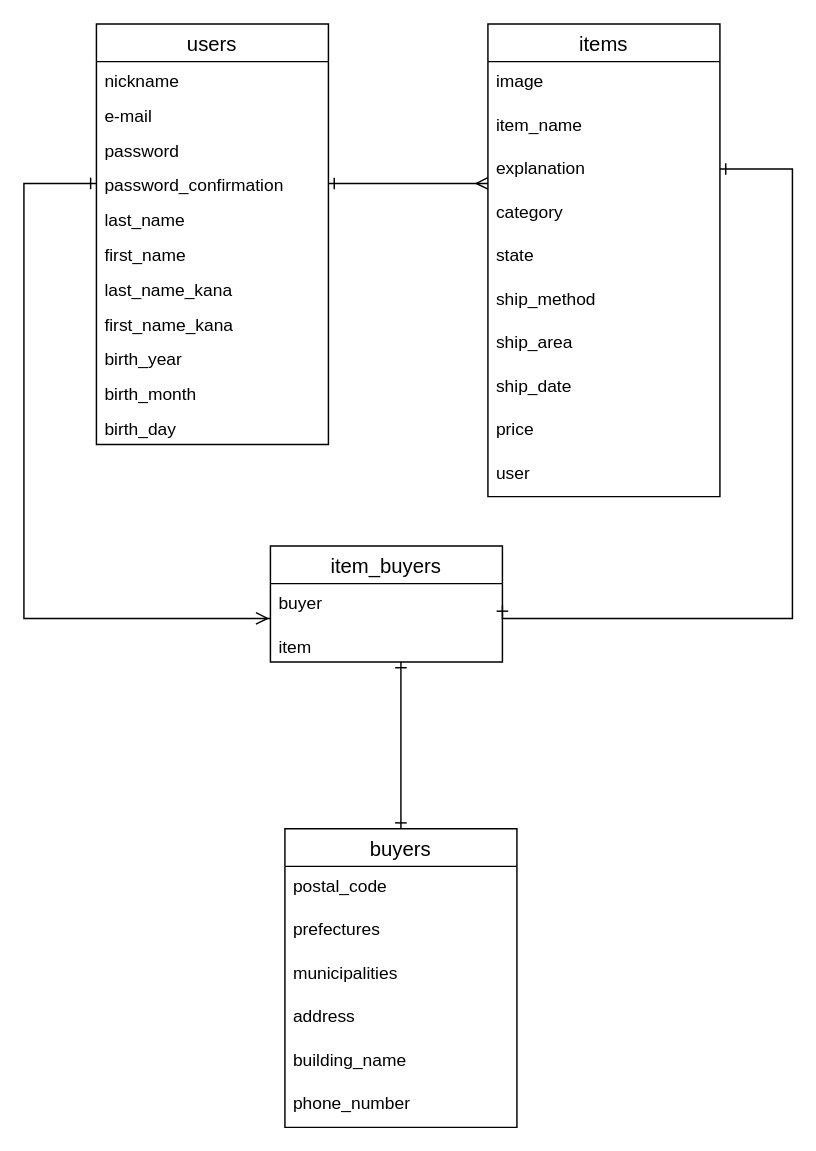
The draw.io diagram ER.dio in yumi-jpn/furima-33535, before the edit. Source tidied: cells renumbered, new cells numbered last; positions are measured from the earlier drawing's top-left corner, leaving out a move shared by most shapes. Both pictures are drawn from the tidied source at 145%, with x=0, y=0 at pixel (23, 23).
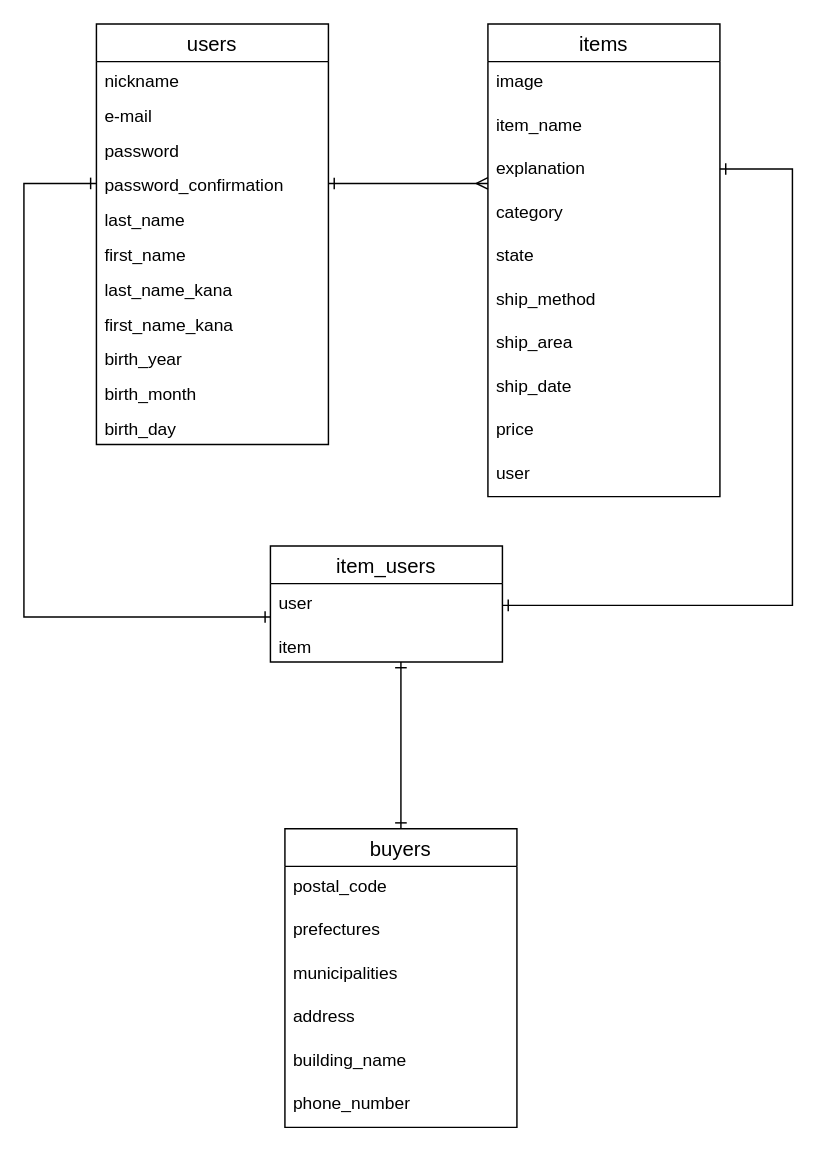
After the change.

The change refers to these unchanged cells:
```xml
<mxCell id="6" value="password_confirmation" style="text;strokeColor=none;fillColor=none;spacingLeft=4;spacingRight=4;overflow=hidden;points=[[0,0.5],[1,0.5]];portConstraint=eastwest;fontSize=12;" parent="2" vertex="1">
  <mxGeometry y="98" width="160" height="24" as="geometry" />
</mxCell>
```

Change to the diagram source:
```diff
@@
-    <mxCell id="14" value="item_buyers" style="swimlane;fontStyle=0;horizontal=1;startSize=26;align=center;fontSize=14;" parent="1" vertex="1">
+    <mxCell id="14" value="item_users" style="swimlane;fontStyle=0;horizontal=1;startSize=26;align=center;fontSize=14;" parent="1" vertex="1">
       <mxGeometry x="170" y="360" width="160" height="80" as="geometry" />
     </mxCell>
-    <mxCell id="15" value="buyer" style="text;strokeColor=none;fillColor=none;spacingLeft=4;spacingRight=4;overflow=hidden;points=[[0,0.5],[1,0.5]];portConstraint=eastwest;fontSize=12;" parent="14" vertex="1">
+    <mxCell id="15" value="user" style="text;strokeColor=none;fillColor=none;spacingLeft=4;spacingRight=4;overflow=hidden;points=[[0,0.5],[1,0.5]];portConstraint=eastwest;fontSize=12;" parent="14" vertex="1">
       <mxGeometry y="26" width="160" height="30" as="geometry" />
     </mxCell>
@@
     <mxCell id="36" style="edgeStyle=orthogonalEdgeStyle;rounded=0;jettySize=auto;html=1;entryX=1;entryY=0.5;entryDx=0;entryDy=0;startArrow=ERone;startFill=0;endArrow=ERone;endFill=0;" parent="1" edge="1" target="15">
       <mxGeometry relative="1" as="geometry">
         <mxPoint x="480" y="100" as="sourcePoint" />
         <Array as="points">
           <mxPoint x="530" y="100" />
-          <mxPoint x="530" y="410" />
-          <mxPoint x="330" y="410" />
+          <mxPoint x="530" y="401" />
         </Array>
       </mxGeometry>
     </mxCell>
-    <mxCell id="37" style="edgeStyle=orthogonalEdgeStyle;rounded=0;jettySize=auto;html=1;exitX=0;exitY=0.5;exitDx=0;exitDy=0;startArrow=ERone;startFill=0;endArrow=ERmany;endFill=0;" parent="1" edge="1" source="6">
+    <mxCell id="37" style="edgeStyle=orthogonalEdgeStyle;rounded=0;jettySize=auto;html=1;exitX=0;exitY=0.5;exitDx=0;exitDy=0;startArrow=ERone;startFill=0;endArrow=ERone;endFill=0;entryX=0.002;entryY=0.768;entryDx=0;entryDy=0;entryPerimeter=0;" parent="1" edge="1" source="6" target="15">
       <mxGeometry relative="1" as="geometry">
-        <mxPoint x="160" y="410" as="targetPoint" />
         <Array as="points">
           <mxPoint y="110" />
-          <mxPoint y="410" />
-          <mxPoint x="170" y="410" />
+          <mxPoint y="409" />
         </Array>
       </mxGeometry>
     </mxCell>
```
